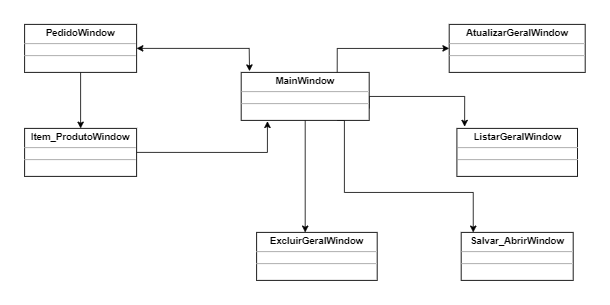
Before: Diagramas/dcj.drawio.png, a diagram exported from draw.io (sabrinagiota/ppp-4bi). Source tidied: cells renumbered, new cells last; positions are measured from the earlier drawing's top-left corner, leaving out a move shared by most shapes. The source it was exported from:
```xml
<mxGraphModel>
  <root>
    <mxCell id="0" />
    <mxCell id="1" parent="0" />
    <mxCell id="2" style="edgeStyle=orthogonalEdgeStyle;rounded=0;jettySize=auto;html=1;exitX=0.75;exitY=0;exitDx=0;exitDy=0;entryX=0;entryY=0.5;entryDx=0;entryDy=0;" parent="1" edge="1" source="6" target="10">
      <mxGeometry relative="1" as="geometry" />
    </mxCell>
    <mxCell id="3" style="edgeStyle=orthogonalEdgeStyle;rounded=0;jettySize=auto;html=1;exitX=0.75;exitY=1;exitDx=0;exitDy=0;" parent="1" edge="1" source="6" target="13">
      <mxGeometry relative="1" as="geometry">
        <Array as="points">
          <mxPoint x="400" y="210" />
          <mxPoint x="561" y="210" />
        </Array>
      </mxGeometry>
    </mxCell>
    <mxCell id="4" style="edgeStyle=orthogonalEdgeStyle;rounded=0;jettySize=auto;html=1;exitX=1;exitY=0.75;exitDx=0;exitDy=0;entryX=0.064;entryY=-0.037;entryDx=0;entryDy=0;entryPerimeter=0;" parent="1" edge="1" source="6" target="14">
      <mxGeometry relative="1" as="geometry">
        <Array as="points">
          <mxPoint x="431" y="90" />
          <mxPoint x="550" y="90" />
        </Array>
      </mxGeometry>
    </mxCell>
    <mxCell id="5" style="edgeStyle=orthogonalEdgeStyle;rounded=0;jettySize=auto;html=1;entryX=0.403;entryY=0;entryDx=0;entryDy=0;entryPerimeter=0;" parent="1" edge="1" source="6" target="9">
      <mxGeometry relative="1" as="geometry" />
    </mxCell>
    <mxCell id="6" value="&lt;p style=&quot;margin:0px;margin-top:4px;text-align:center;&quot;&gt;&lt;b&gt;MainWindow&lt;/b&gt;&lt;/p&gt;&lt;hr size=&quot;1&quot;&gt;&lt;div style=&quot;height:2px;&quot;&gt;&lt;/div&gt;&lt;hr size=&quot;1&quot;&gt;&lt;div style=&quot;height:2px;&quot;&gt;&lt;/div&gt;" style="verticalAlign=top;align=left;overflow=fill;fontSize=12;fontFamily=Helvetica;html=1;" parent="1" vertex="1">
      <mxGeometry x="271" y="60" width="160" height="60" as="geometry" />
    </mxCell>
    <mxCell id="7" style="edgeStyle=orthogonalEdgeStyle;rounded=0;jettySize=auto;html=1;exitX=0.5;exitY=1;exitDx=0;exitDy=0;entryX=0.5;entryY=0;entryDx=0;entryDy=0;" parent="1" edge="1" source="8" target="12">
      <mxGeometry relative="1" as="geometry" />
    </mxCell>
    <mxCell id="8" value="&lt;p style=&quot;margin:0px;margin-top:4px;text-align:center;&quot;&gt;&lt;b&gt;PedidoWindow&lt;/b&gt;&lt;/p&gt;&lt;hr size=&quot;1&quot;&gt;&lt;div style=&quot;height:2px;&quot;&gt;&lt;/div&gt;&lt;hr size=&quot;1&quot;&gt;&lt;div style=&quot;height:2px;&quot;&gt;&lt;/div&gt;" style="verticalAlign=top;align=left;overflow=fill;fontSize=12;fontFamily=Helvetica;html=1;" parent="1" vertex="1">
      <mxGeometry x="0.2" width="140" height="60" as="geometry" />
    </mxCell>
    <mxCell id="9" value="&lt;p style=&quot;margin:0px;margin-top:4px;text-align:center;&quot;&gt;&lt;b&gt;ExcluirGeralWindow&lt;/b&gt;&lt;/p&gt;&lt;hr size=&quot;1&quot;&gt;&lt;div style=&quot;height:2px;&quot;&gt;&lt;/div&gt;&lt;hr size=&quot;1&quot;&gt;&lt;div style=&quot;height:2px;&quot;&gt;&lt;/div&gt;" style="verticalAlign=top;align=left;overflow=fill;fontSize=12;fontFamily=Helvetica;html=1;" parent="1" vertex="1">
      <mxGeometry x="290.2" y="260" width="150.8" height="60" as="geometry" />
    </mxCell>
    <mxCell id="10" value="&lt;p style=&quot;margin:0px;margin-top:4px;text-align:center;&quot;&gt;&lt;b&gt;AtualizarGeralWindow&lt;/b&gt;&lt;/p&gt;&lt;hr size=&quot;1&quot;&gt;&lt;div style=&quot;height:2px;&quot;&gt;&lt;/div&gt;&lt;hr size=&quot;1&quot;&gt;&lt;div style=&quot;height:2px;&quot;&gt;&lt;/div&gt;" style="verticalAlign=top;align=left;overflow=fill;fontSize=12;fontFamily=Helvetica;html=1;" parent="1" vertex="1">
      <mxGeometry x="531" width="170" height="60" as="geometry" />
    </mxCell>
    <mxCell id="11" style="edgeStyle=orthogonalEdgeStyle;rounded=0;jettySize=auto;html=1;exitX=1;exitY=0.5;exitDx=0;exitDy=0;entryX=0.205;entryY=1.017;entryDx=0;entryDy=0;entryPerimeter=0;" parent="1" edge="1" source="12" target="6">
      <mxGeometry relative="1" as="geometry" />
    </mxCell>
    <mxCell id="12" value="&lt;p style=&quot;margin:0px;margin-top:4px;text-align:center;&quot;&gt;&lt;b&gt;Item_ProdutoWindow&lt;/b&gt;&lt;/p&gt;&lt;hr size=&quot;1&quot;&gt;&lt;div style=&quot;height:2px;&quot;&gt;&lt;/div&gt;&lt;hr size=&quot;1&quot;&gt;&lt;div style=&quot;height:2px;&quot;&gt;&lt;/div&gt;" style="verticalAlign=top;align=left;overflow=fill;fontSize=12;fontFamily=Helvetica;html=1;" parent="1" vertex="1">
      <mxGeometry x="0.2" y="130" width="140" height="60" as="geometry" />
    </mxCell>
    <mxCell id="13" value="&lt;p style=&quot;margin:0px;margin-top:4px;text-align:center;&quot;&gt;&lt;b&gt;Salvar_AbrirWindow&lt;/b&gt;&lt;/p&gt;&lt;hr size=&quot;1&quot;&gt;&lt;div style=&quot;height:2px;&quot;&gt;&lt;/div&gt;&lt;hr size=&quot;1&quot;&gt;&lt;div style=&quot;height:2px;&quot;&gt;&lt;/div&gt;" style="verticalAlign=top;align=left;overflow=fill;fontSize=12;fontFamily=Helvetica;html=1;" parent="1" vertex="1">
      <mxGeometry x="546" y="260" width="140" height="60" as="geometry" />
    </mxCell>
    <mxCell id="14" value="&lt;p style=&quot;margin:0px;margin-top:4px;text-align:center;&quot;&gt;&lt;b&gt;ListarGeralWindow&lt;/b&gt;&lt;/p&gt;&lt;hr size=&quot;1&quot;&gt;&lt;div style=&quot;height:2px;&quot;&gt;&lt;/div&gt;&lt;hr size=&quot;1&quot;&gt;&lt;div style=&quot;height:2px;&quot;&gt;&lt;/div&gt;" style="verticalAlign=top;align=left;overflow=fill;fontSize=12;fontFamily=Helvetica;html=1;" parent="1" vertex="1">
      <mxGeometry x="540.6" y="130" width="150.8" height="60" as="geometry" />
    </mxCell>
    <mxCell id="15" style="endArrow=classic;startArrow=classic;html=1;rounded=0;exitX=1;exitY=0.5;exitDx=0;exitDy=0;entryX=0.065;entryY=-0.025;entryDx=0;entryDy=0;entryPerimeter=0;" parent="1" edge="1" source="8" target="6">
      <mxGeometry relative="1" as="geometry">
        <Array as="points">
          <mxPoint x="281" y="30" />
        </Array>
      </mxGeometry>
    </mxCell>
  </root>
</mxGraphModel>
```
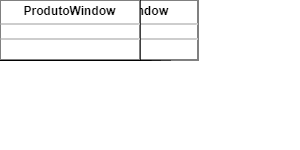
Above is the later version.

Change to the diagram source:
```diff
@@ -5,58 +5,58 @@
     <mxCell id="2" style="edgeStyle=orthogonalEdgeStyle;rounded=0;jettySize=auto;html=1;exitX=0.75;exitY=0;exitDx=0;exitDy=0;entryX=0;entryY=0.5;entryDx=0;entryDy=0;" parent="1" edge="1" source="6" target="10">
       <mxGeometry relative="1" as="geometry" />
     </mxCell>
-    <mxCell id="3" style="edgeStyle=orthogonalEdgeStyle;rounded=0;jettySize=auto;html=1;exitX=0.75;exitY=1;exitDx=0;exitDy=0;" parent="1" edge="1" source="6" target="13">
-      <mxGeometry relative="1" as="geometry">
-        <Array as="points">
-          <mxPoint x="400" y="210" />
-          <mxPoint x="561" y="210" />
-        </Array>
-      </mxGeometry>
-    </mxCell>
     <mxCell id="4" style="edgeStyle=orthogonalEdgeStyle;rounded=0;jettySize=auto;html=1;exitX=1;exitY=0.75;exitDx=0;exitDy=0;entryX=0.064;entryY=-0.037;entryDx=0;entryDy=0;entryPerimeter=0;" parent="1" edge="1" source="6" target="14">
       <mxGeometry relative="1" as="geometry">
         <Array as="points">
-          <mxPoint x="431" y="90" />
-          <mxPoint x="550" y="90" />
+          <mxPoint x="431.2" y="102" />
+          <mxPoint x="550.2" y="102" />
         </Array>
       </mxGeometry>
     </mxCell>
+    <mxCell id="16" style="edgeStyle=orthogonalEdgeStyle;rounded=0;jettySize=auto;html=1;entryX=0.5;entryY=1;entryDx=0;entryDy=0;" parent="1" edge="1" source="6" target="23">
+      <mxGeometry relative="1" as="geometry" />
+    </mxCell>
-    <mxCell id="5" style="edgeStyle=orthogonalEdgeStyle;rounded=0;jettySize=auto;html=1;entryX=0.403;entryY=0;entryDx=0;entryDy=0;entryPerimeter=0;" parent="1" edge="1" source="6" target="9">
+    <mxCell id="5" style="edgeStyle=orthogonalEdgeStyle;rounded=0;jettySize=auto;html=1;entryX=0.5;entryY=0;entryDx=0;entryDy=0;" parent="1" edge="1" source="6" target="9">
       <mxGeometry relative="1" as="geometry" />
     </mxCell>
+    <mxCell id="17" style="edgeStyle=orthogonalEdgeStyle;rounded=0;jettySize=auto;html=1;exitX=0;exitY=0.75;exitDx=0;exitDy=0;entryX=0.958;entryY=0.009;entryDx=0;entryDy=0;entryPerimeter=0;" parent="1" edge="1" source="6" target="20">
+      <mxGeometry relative="1" as="geometry" />
+    </mxCell>
+    <mxCell id="18" style="edgeStyle=orthogonalEdgeStyle;rounded=0;jettySize=auto;html=1;exitX=0.25;exitY=0;exitDx=0;exitDy=0;entryX=1;entryY=0.5;entryDx=0;entryDy=0;" parent="1" edge="1" source="6" target="8">
+      <mxGeometry relative="1" as="geometry" />
+    </mxCell>
     <mxCell id="6" value="&lt;p style=&quot;margin:0px;margin-top:4px;text-align:center;&quot;&gt;&lt;b&gt;MainWindow&lt;/b&gt;&lt;/p&gt;&lt;hr size=&quot;1&quot;&gt;&lt;div style=&quot;height:2px;&quot;&gt;&lt;/div&gt;&lt;hr size=&quot;1&quot;&gt;&lt;div style=&quot;height:2px;&quot;&gt;&lt;/div&gt;" style="verticalAlign=top;align=left;overflow=fill;fontSize=12;fontFamily=Helvetica;html=1;" parent="1" vertex="1">
       <mxGeometry x="271" y="60" width="160" height="60" as="geometry" />
     </mxCell>
-    <mxCell id="7" style="edgeStyle=orthogonalEdgeStyle;rounded=0;jettySize=auto;html=1;exitX=0.5;exitY=1;exitDx=0;exitDy=0;entryX=0.5;entryY=0;entryDx=0;entryDy=0;" parent="1" edge="1" source="8" target="12">
-      <mxGeometry relative="1" as="geometry" />
-    </mxCell>
+    <mxCell id="19" style="edgeStyle=orthogonalEdgeStyle;rounded=0;jettySize=auto;html=1;entryX=0.5;entryY=0;entryDx=0;entryDy=0;" parent="1" edge="1" source="8" target="22">
+      <mxGeometry relative="1" as="geometry" />
+    </mxCell>
     <mxCell id="8" value="&lt;p style=&quot;margin:0px;margin-top:4px;text-align:center;&quot;&gt;&lt;b&gt;PedidoWindow&lt;/b&gt;&lt;/p&gt;&lt;hr size=&quot;1&quot;&gt;&lt;div style=&quot;height:2px;&quot;&gt;&lt;/div&gt;&lt;hr size=&quot;1&quot;&gt;&lt;div style=&quot;height:2px;&quot;&gt;&lt;/div&gt;" style="verticalAlign=top;align=left;overflow=fill;fontSize=12;fontFamily=Helvetica;html=1;" parent="1" vertex="1">
       <mxGeometry x="0.2" width="140" height="60" as="geometry" />
     </mxCell>
-    <mxCell id="9" value="&lt;p style=&quot;margin:0px;margin-top:4px;text-align:center;&quot;&gt;&lt;b&gt;ExcluirGeralWindow&lt;/b&gt;&lt;/p&gt;&lt;hr size=&quot;1&quot;&gt;&lt;div style=&quot;height:2px;&quot;&gt;&lt;/div&gt;&lt;hr size=&quot;1&quot;&gt;&lt;div style=&quot;height:2px;&quot;&gt;&lt;/div&gt;" style="verticalAlign=top;align=left;overflow=fill;fontSize=12;fontFamily=Helvetica;html=1;" parent="1" vertex="1">
-      <mxGeometry x="290.2" y="260" width="150.8" height="60" as="geometry" />
+    <mxCell id="9" value="&lt;p style=&quot;margin:0px;margin-top:4px;text-align:center;&quot;&gt;&lt;b&gt;ExcluirWindow&lt;/b&gt;&lt;/p&gt;&lt;hr size=&quot;1&quot;&gt;&lt;div style=&quot;height:2px;&quot;&gt;&lt;/div&gt;&lt;hr size=&quot;1&quot;&gt;&lt;div style=&quot;height:2px;&quot;&gt;&lt;/div&gt;" style="verticalAlign=top;align=left;overflow=fill;fontSize=12;fontFamily=Helvetica;html=1;" parent="1" vertex="1">
+      <mxGeometry x="275.6" y="260" width="150.8" height="60" as="geometry" />
     </mxCell>
     <mxCell id="10" value="&lt;p style=&quot;margin:0px;margin-top:4px;text-align:center;&quot;&gt;&lt;b&gt;AtualizarGeralWindow&lt;/b&gt;&lt;/p&gt;&lt;hr size=&quot;1&quot;&gt;&lt;div style=&quot;height:2px;&quot;&gt;&lt;/div&gt;&lt;hr size=&quot;1&quot;&gt;&lt;div style=&quot;height:2px;&quot;&gt;&lt;/div&gt;" style="verticalAlign=top;align=left;overflow=fill;fontSize=12;fontFamily=Helvetica;html=1;" parent="1" vertex="1">
       <mxGeometry x="531" width="170" height="60" as="geometry" />
     </mxCell>
-    <mxCell id="11" style="edgeStyle=orthogonalEdgeStyle;rounded=0;jettySize=auto;html=1;exitX=1;exitY=0.5;exitDx=0;exitDy=0;entryX=0.205;entryY=1.017;entryDx=0;entryDy=0;entryPerimeter=0;" parent="1" edge="1" source="12" target="6">
-      <mxGeometry relative="1" as="geometry" />
-    </mxCell>
-    <mxCell id="12" value="&lt;p style=&quot;margin:0px;margin-top:4px;text-align:center;&quot;&gt;&lt;b&gt;Item_ProdutoWindow&lt;/b&gt;&lt;/p&gt;&lt;hr size=&quot;1&quot;&gt;&lt;div style=&quot;height:2px;&quot;&gt;&lt;/div&gt;&lt;hr size=&quot;1&quot;&gt;&lt;div style=&quot;height:2px;&quot;&gt;&lt;/div&gt;" style="verticalAlign=top;align=left;overflow=fill;fontSize=12;fontFamily=Helvetica;html=1;" parent="1" vertex="1">
-      <mxGeometry x="0.2" y="130" width="140" height="60" as="geometry" />
-    </mxCell>
-    <mxCell id="13" value="&lt;p style=&quot;margin:0px;margin-top:4px;text-align:center;&quot;&gt;&lt;b&gt;Salvar_AbrirWindow&lt;/b&gt;&lt;/p&gt;&lt;hr size=&quot;1&quot;&gt;&lt;div style=&quot;height:2px;&quot;&gt;&lt;/div&gt;&lt;hr size=&quot;1&quot;&gt;&lt;div style=&quot;height:2px;&quot;&gt;&lt;/div&gt;" style="verticalAlign=top;align=left;overflow=fill;fontSize=12;fontFamily=Helvetica;html=1;" parent="1" vertex="1">
-      <mxGeometry x="546" y="260" width="140" height="60" as="geometry" />
-    </mxCell>
     <mxCell id="14" value="&lt;p style=&quot;margin:0px;margin-top:4px;text-align:center;&quot;&gt;&lt;b&gt;ListarGeralWindow&lt;/b&gt;&lt;/p&gt;&lt;hr size=&quot;1&quot;&gt;&lt;div style=&quot;height:2px;&quot;&gt;&lt;/div&gt;&lt;hr size=&quot;1&quot;&gt;&lt;div style=&quot;height:2px;&quot;&gt;&lt;/div&gt;" style="verticalAlign=top;align=left;overflow=fill;fontSize=12;fontFamily=Helvetica;html=1;" parent="1" vertex="1">
       <mxGeometry x="540.6" y="130" width="150.8" height="60" as="geometry" />
     </mxCell>
-    <mxCell id="15" style="endArrow=classic;startArrow=classic;html=1;rounded=0;exitX=1;exitY=0.5;exitDx=0;exitDy=0;entryX=0.065;entryY=-0.025;entryDx=0;entryDy=0;entryPerimeter=0;" parent="1" edge="1" source="8" target="6">
-      <mxGeometry relative="1" as="geometry">
-        <Array as="points">
-          <mxPoint x="281" y="30" />
-        </Array>
-      </mxGeometry>
-    </mxCell>
+    <mxCell id="20" value="&lt;p style=&quot;margin:0px;margin-top:4px;text-align:center;&quot;&gt;&lt;b&gt;VincularProdutoWindow&lt;/b&gt;&lt;/p&gt;&lt;hr size=&quot;1&quot;&gt;&lt;div style=&quot;height:2px;&quot;&gt;&lt;/div&gt;&lt;hr size=&quot;1&quot;&gt;&lt;div style=&quot;height:2px;&quot;&gt;&lt;/div&gt;" style="verticalAlign=top;align=left;overflow=fill;fontSize=12;fontFamily=Helvetica;html=1;" parent="1" vertex="1">
+      <mxGeometry x="-28.8" y="256" width="198" height="60" as="geometry" />
+    </mxCell>
+    <mxCell id="21" style="edgeStyle=orthogonalEdgeStyle;rounded=0;jettySize=auto;html=1;" parent="1" edge="1" source="22" target="20">
+      <mxGeometry relative="1" as="geometry" />
+    </mxCell>
+    <mxCell id="22" value="&lt;p style=&quot;margin:0px;margin-top:4px;text-align:center;&quot;&gt;&lt;b&gt;ItemWindow&lt;/b&gt;&lt;/p&gt;&lt;hr size=&quot;1&quot;&gt;&lt;div style=&quot;height:2px;&quot;&gt;&lt;/div&gt;&lt;hr size=&quot;1&quot;&gt;&lt;div style=&quot;height:2px;&quot;&gt;&lt;/div&gt;" style="verticalAlign=top;align=left;overflow=fill;fontSize=12;fontFamily=Helvetica;html=1;" parent="1" vertex="1">
+      <mxGeometry x="0.2" y="128" width="140" height="60" as="geometry" />
+    </mxCell>
+    <mxCell id="23" value="&lt;p style=&quot;margin:0px;margin-top:4px;text-align:center;&quot;&gt;&lt;b&gt;ProdutoWindow&lt;/b&gt;&lt;/p&gt;&lt;hr size=&quot;1&quot;&gt;&lt;div style=&quot;height:2px;&quot;&gt;&lt;/div&gt;&lt;hr size=&quot;1&quot;&gt;&lt;div style=&quot;height:2px;&quot;&gt;&lt;/div&gt;" style="verticalAlign=top;align=left;overflow=fill;fontSize=12;fontFamily=Helvetica;html=1;" parent="1" vertex="1">
+      <mxGeometry x="281" y="-140" width="140" height="60" as="geometry" />
+    </mxCell>
+    <mxCell id="24" style="edgeStyle=orthogonalEdgeStyle;rounded=0;orthogonalLoop=1;jettySize=auto;html=1;exitX=0.5;exitY=1;exitDx=0;exitDy=0;" parent="1" edge="1" source="20" target="20">
+      <mxGeometry relative="1" as="geometry" />
+    </mxCell>
   </root>
 </mxGraphModel>
```
